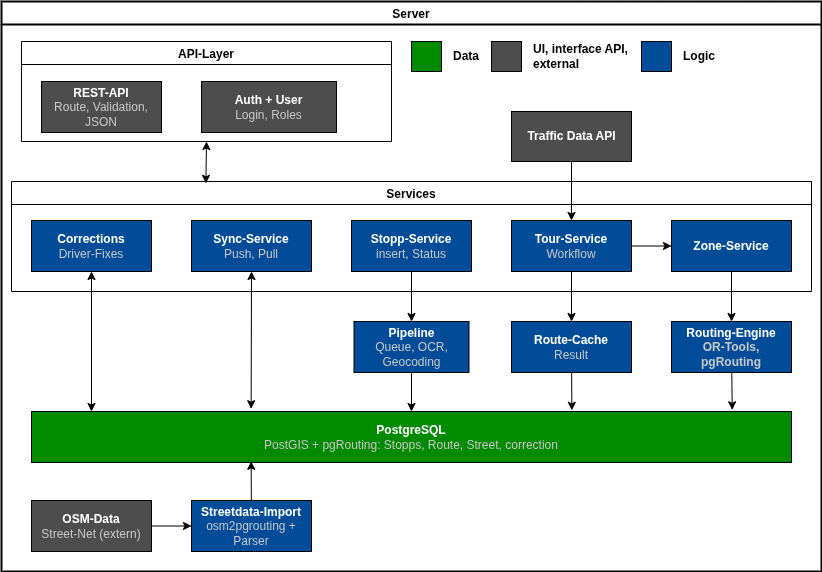
Earlier version of the draw.io export docs/architecture/Server.drawio.png (gabrielbindi/VoBi-Tour). Source tidied: cells renumbered, new cells last; positions are measured from the earlier drawing's top-left corner, leaving out a move shared by most shapes. The source it was exported from:
```xml
<mxGraphModel background="#FFFFFF">
  <root>
    <mxCell id="0" />
    <mxCell id="1" parent="0" />
    <mxCell id="2" value="Server" style="swimlane;rounded=0;strokeWidth=2;swimlaneLine=1;strokeColor=#000000;" parent="1" vertex="1">
      <mxGeometry width="820" height="570" as="geometry" />
    </mxCell>
    <mxCell id="3" style="whiteSpace=wrap;html=1;fillColor=#4D4D4D;" parent="2" vertex="1">
      <mxGeometry x="490" y="40" width="30" height="30" as="geometry" />
    </mxCell>
    <mxCell id="4" style="whiteSpace=wrap;html=1;fillColor=#004C99;" parent="2" vertex="1">
      <mxGeometry x="640" y="40" width="30" height="30" as="geometry" />
    </mxCell>
    <mxCell id="5" style="whiteSpace=wrap;html=1;fillColor=#008A00;" parent="2" vertex="1">
      <mxGeometry x="410" y="40" width="30" height="30" as="geometry" />
    </mxCell>
    <mxCell id="6" value="&lt;b&gt;UI, interface API, external&lt;/b&gt;" style="text;html=1;strokeColor=none;fillColor=none;align=left;verticalAlign=middle;whiteSpace=wrap;rounded=0;fontColor=#000000;" parent="2" vertex="1">
      <mxGeometry x="530" y="40" width="100" height="30" as="geometry" />
    </mxCell>
    <mxCell id="7" value="&lt;b&gt;Logic&lt;/b&gt;" style="text;html=1;strokeColor=none;fillColor=none;align=left;verticalAlign=middle;whiteSpace=wrap;rounded=0;fontColor=#000000;" parent="2" vertex="1">
      <mxGeometry x="680" y="40" width="90" height="30" as="geometry" />
    </mxCell>
    <mxCell id="8" value="&lt;b&gt;Data&lt;/b&gt;" style="text;html=1;strokeColor=none;fillColor=none;align=left;verticalAlign=middle;whiteSpace=wrap;rounded=0;fontColor=#000000;" parent="2" vertex="1">
      <mxGeometry x="450" y="40" width="40" height="30" as="geometry" />
    </mxCell>
    <mxCell id="9" value="API-Layer" style="swimlane;strokeColor=#000000;" parent="2" vertex="1">
      <mxGeometry x="20" y="40" width="370" height="100" as="geometry" />
    </mxCell>
    <mxCell id="10" value="&lt;b style=&quot;color: rgb(255, 255, 255);&quot;&gt;REST-API&lt;/b&gt;&lt;br&gt;&lt;font color=&quot;#c7c7c7&quot;&gt;Route, Validation, JSON&lt;/font&gt;" style="rounded=0;whiteSpace=wrap;html=1;fillColor=#4D4D4D;" parent="9" vertex="1">
      <mxGeometry x="20" y="40" width="120" height="51" as="geometry" />
    </mxCell>
    <mxCell id="11" value="&lt;font color=&quot;#ffffff&quot;&gt;&lt;b&gt;Auth + User&lt;/b&gt;&lt;/font&gt;&lt;br&gt;&lt;font color=&quot;#c7c7c7&quot;&gt;Login, Roles&lt;/font&gt;" style="rounded=0;whiteSpace=wrap;html=1;fillColor=#4D4D4D;" parent="9" vertex="1">
      <mxGeometry x="180" y="40" width="135" height="51" as="geometry" />
    </mxCell>
    <mxCell id="12" value="Services" style="swimlane;strokeColor=#000000;startSize=23;" parent="2" vertex="1">
      <mxGeometry x="10" y="180" width="800" height="110" as="geometry" />
    </mxCell>
    <mxCell id="13" value="&lt;font style=&quot;font-weight: bold;&quot; color=&quot;#ffffff&quot;&gt;Stopp-Service&lt;/font&gt;&lt;br&gt;&lt;font color=&quot;#c7c7c7&quot;&gt;insert, Status&lt;/font&gt;" style="rounded=0;whiteSpace=wrap;html=1;fillColor=#004C99;" parent="12" vertex="1">
      <mxGeometry x="340" y="39" width="120" height="51" as="geometry" />
    </mxCell>
    <mxCell id="14" value="&lt;font style=&quot;font-weight: bold;&quot; color=&quot;#ffffff&quot;&gt;Sync-Service&lt;/font&gt;&lt;br&gt;&lt;font color=&quot;#c7c7c7&quot;&gt;Push, Pull&lt;/font&gt;" style="rounded=0;whiteSpace=wrap;html=1;fillColor=#004C99;" parent="12" vertex="1">
      <mxGeometry x="180" y="39" width="120" height="51" as="geometry" />
    </mxCell>
    <mxCell id="15" style="edgeStyle=none;html=1;strokeColor=#000000;fontColor=#C7C7C7;" parent="12" edge="1" source="16" target="17">
      <mxGeometry relative="1" as="geometry" />
    </mxCell>
    <mxCell id="16" value="&lt;font color=&quot;#ffffff&quot;&gt;&lt;b&gt;Tour-Service&lt;/b&gt;&lt;/font&gt;&lt;br&gt;&lt;font color=&quot;#c7c7c7&quot;&gt;Workflow&lt;/font&gt;" style="rounded=0;whiteSpace=wrap;html=1;fillColor=#004C99;" parent="12" vertex="1">
      <mxGeometry x="500" y="39" width="120" height="51" as="geometry" />
    </mxCell>
    <mxCell id="17" value="&lt;font color=&quot;#ffffff&quot;&gt;&lt;b&gt;Zone-Service&lt;br&gt;&lt;/b&gt;&lt;/font&gt;" style="rounded=0;whiteSpace=wrap;html=1;fillColor=#004C99;" parent="12" vertex="1">
      <mxGeometry x="660" y="39" width="120" height="51" as="geometry" />
    </mxCell>
    <mxCell id="18" value="&lt;font color=&quot;#ffffff&quot;&gt;&lt;b&gt;Corrections&lt;br&gt;&lt;/b&gt;&lt;/font&gt;&lt;font color=&quot;#c7c7c7&quot;&gt;Driver-Fixes&lt;/font&gt;" style="rounded=0;whiteSpace=wrap;html=1;fillColor=#004C99;" parent="12" vertex="1">
      <mxGeometry x="20" y="39" width="120" height="51" as="geometry" />
    </mxCell>
    <mxCell id="19" style="endArrow=classic;startArrow=classic;html=1;strokeColor=#000000;entryX=0.5;entryY=1;entryDx=0;entryDy=0;exitX=0.243;exitY=0.017;exitDx=0;exitDy=0;exitPerimeter=0;" parent="2" edge="1" source="12" target="9">
      <mxGeometry relative="1" as="geometry" />
    </mxCell>
    <mxCell id="20" style="edgeStyle=none;html=1;strokeColor=#000000;fontColor=#C7C7C7;entryX=0.289;entryY=0.977;entryDx=0;entryDy=0;entryPerimeter=0;" parent="2" edge="1" source="33" target="30">
      <mxGeometry relative="1" as="geometry" />
    </mxCell>
    <mxCell id="21" style="edgeStyle=none;html=1;strokeColor=#000000;fontColor=#C7C7C7;entryX=0.922;entryY=-0.033;entryDx=0;entryDy=0;entryPerimeter=0;" parent="2" edge="1" source="22" target="30">
      <mxGeometry relative="1" as="geometry" />
    </mxCell>
    <mxCell id="22" value="&lt;b style=&quot;&quot;&gt;&lt;font color=&quot;#ffffff&quot;&gt;Routing-Engine&lt;/font&gt;&lt;br&gt;&lt;font color=&quot;#c7c7c7&quot;&gt;OR-Tools, pgRouting&lt;/font&gt;&lt;br&gt;&lt;/b&gt;" style="rounded=0;whiteSpace=wrap;html=1;fillColor=#004C99;" parent="2" vertex="1">
      <mxGeometry x="670" y="320" width="120" height="51" as="geometry" />
    </mxCell>
    <mxCell id="23" style="edgeStyle=none;html=1;strokeColor=#000000;fontColor=#C7C7C7;" parent="2" edge="1" source="24" target="30">
      <mxGeometry relative="1" as="geometry" />
    </mxCell>
    <mxCell id="24" value="&lt;font color=&quot;#ffffff&quot;&gt;&lt;b&gt;Pipeline&lt;br&gt;&lt;/b&gt;&lt;/font&gt;&lt;font color=&quot;#c7c7c7&quot;&gt;Queue, OCR, Geocoding&lt;/font&gt;" style="rounded=0;whiteSpace=wrap;html=1;fillColor=#004C99;" parent="2" vertex="1">
      <mxGeometry x="352.5" y="320" width="115" height="51" as="geometry" />
    </mxCell>
    <mxCell id="25" style="edgeStyle=none;html=1;strokeColor=#000000;fontColor=#C7C7C7;entryX=0.711;entryY=-0.024;entryDx=0;entryDy=0;entryPerimeter=0;" parent="2" edge="1" source="26" target="30">
      <mxGeometry relative="1" as="geometry" />
    </mxCell>
    <mxCell id="26" value="&lt;font color=&quot;#ffffff&quot;&gt;&lt;b&gt;Route-Cache&lt;br&gt;&lt;/b&gt;&lt;/font&gt;&lt;font color=&quot;#c7c7c7&quot;&gt;Result&lt;/font&gt;" style="rounded=0;whiteSpace=wrap;html=1;fillColor=#004C99;" parent="2" vertex="1">
      <mxGeometry x="510" y="320" width="120" height="51" as="geometry" />
    </mxCell>
    <mxCell id="27" style="edgeStyle=none;html=1;fontColor=#C7C7C7;strokeColor=#000000;" parent="2" edge="1" source="13" target="24">
      <mxGeometry relative="1" as="geometry" />
    </mxCell>
    <mxCell id="28" style="edgeStyle=none;html=1;strokeColor=#000000;fontColor=#C7C7C7;" parent="2" edge="1" source="16" target="26">
      <mxGeometry relative="1" as="geometry" />
    </mxCell>
    <mxCell id="29" style="edgeStyle=none;html=1;strokeColor=#000000;fontColor=#C7C7C7;" parent="2" edge="1" source="17" target="22">
      <mxGeometry relative="1" as="geometry" />
    </mxCell>
    <mxCell id="30" value="&lt;font color=&quot;#ffffff&quot;&gt;&lt;b&gt;PostgreSQL&lt;br&gt;&lt;/b&gt;&lt;/font&gt;&lt;font color=&quot;#c7c7c7&quot;&gt;PostGIS + pgRouting: Stopps, Route, Street, correction&lt;/font&gt;" style="rounded=0;whiteSpace=wrap;html=1;fillColor=#008A00;" parent="2" vertex="1">
      <mxGeometry x="30" y="410" width="760" height="51" as="geometry" />
    </mxCell>
    <mxCell id="31" value="&lt;font color=&quot;#ffffff&quot;&gt;&lt;b&gt;OSM-Data&lt;/b&gt;&lt;/font&gt;&lt;br&gt;&lt;font color=&quot;#c7c7c7&quot;&gt;Street-Net (extern)&lt;/font&gt;" style="rounded=0;whiteSpace=wrap;html=1;fillColor=#4D4D4D;" parent="2" vertex="1">
      <mxGeometry x="30" y="499" width="120" height="51" as="geometry" />
    </mxCell>
    <mxCell id="32" style="edgeStyle=none;html=1;strokeColor=#000000;fontColor=#C7C7C7;" parent="2" edge="1" source="31" target="33">
      <mxGeometry relative="1" as="geometry" />
    </mxCell>
    <mxCell id="33" value="&lt;font color=&quot;#ffffff&quot;&gt;&lt;b&gt;Streetdata-Import&lt;br&gt;&lt;/b&gt;&lt;/font&gt;&lt;font color=&quot;#c7c7c7&quot;&gt;osm2pgrouting + Parser&lt;/font&gt;" style="rounded=0;whiteSpace=wrap;html=1;fillColor=#004C99;" parent="2" vertex="1">
      <mxGeometry x="190" y="499" width="120" height="51" as="geometry" />
    </mxCell>
    <mxCell id="34" style="edgeStyle=none;html=1;strokeColor=#000000;fontColor=#C7C7C7;" parent="2" edge="1" source="35" target="16">
      <mxGeometry relative="1" as="geometry" />
    </mxCell>
    <mxCell id="35" value="&lt;b&gt;&lt;font color=&quot;#ffffff&quot;&gt;Traffic Data API&lt;/font&gt;&lt;/b&gt;" style="html=1;fillColor=#4D4D4D;" parent="2" vertex="1">
      <mxGeometry x="510" y="110" width="120" height="50" as="geometry" />
    </mxCell>
    <mxCell id="36" style="endArrow=classic;startArrow=classic;html=1;strokeColor=#000000;fontColor=#C7C7C7;exitX=0.5;exitY=1;exitDx=0;exitDy=0;entryX=0.289;entryY=-0.055;entryDx=0;entryDy=0;entryPerimeter=0;" parent="2" edge="1" source="14" target="30">
      <mxGeometry relative="1" as="geometry" />
    </mxCell>
    <mxCell id="37" style="endArrow=classic;startArrow=classic;html=1;strokeColor=#000000;fontColor=#C7C7C7;exitX=0.5;exitY=1;exitDx=0;exitDy=0;" parent="2" edge="1" source="18">
      <mxGeometry relative="1" as="geometry">
        <mxPoint x="90" y="410" as="targetPoint" />
      </mxGeometry>
    </mxCell>
  </root>
</mxGraphModel>
```
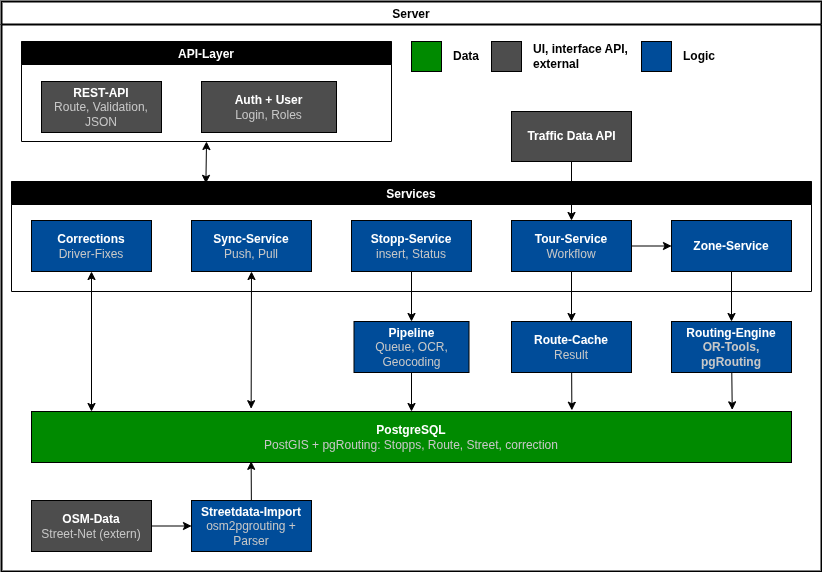
Later version of the same file.

The edit, as a diff of the source:
```diff
@@ -23,7 +23,7 @@
     <mxCell id="8" value="&lt;b&gt;Data&lt;/b&gt;" style="text;html=1;strokeColor=none;fillColor=none;align=left;verticalAlign=middle;whiteSpace=wrap;rounded=0;fontColor=#000000;" parent="2" vertex="1">
       <mxGeometry x="450" y="40" width="40" height="30" as="geometry" />
     </mxCell>
-    <mxCell id="9" value="API-Layer" style="swimlane;strokeColor=#000000;" parent="2" vertex="1">
+    <mxCell id="9" value="API-Layer" style="swimlane;strokeColor=#000000;fillColor=#000000;startSize=23;fontColor=#FFFFFF;" parent="2" vertex="1">
       <mxGeometry x="20" y="40" width="370" height="100" as="geometry" />
     </mxCell>
     <mxCell id="10" value="&lt;b style=&quot;color: rgb(255, 255, 255);&quot;&gt;REST-API&lt;/b&gt;&lt;br&gt;&lt;font color=&quot;#c7c7c7&quot;&gt;Route, Validation, JSON&lt;/font&gt;" style="rounded=0;whiteSpace=wrap;html=1;fillColor=#4D4D4D;" parent="9" vertex="1">
@@ -32,7 +32,7 @@
     <mxCell id="11" value="&lt;font color=&quot;#ffffff&quot;&gt;&lt;b&gt;Auth + User&lt;/b&gt;&lt;/font&gt;&lt;br&gt;&lt;font color=&quot;#c7c7c7&quot;&gt;Login, Roles&lt;/font&gt;" style="rounded=0;whiteSpace=wrap;html=1;fillColor=#4D4D4D;" parent="9" vertex="1">
       <mxGeometry x="180" y="40" width="135" height="51" as="geometry" />
     </mxCell>
-    <mxCell id="12" value="Services" style="swimlane;strokeColor=#000000;startSize=23;" parent="2" vertex="1">
+    <mxCell id="12" value="Services" style="swimlane;strokeColor=#000000;startSize=23;fillColor=#000000;fontColor=#FFFFFF;" parent="2" vertex="1">
       <mxGeometry x="10" y="180" width="800" height="110" as="geometry" />
     </mxCell>
     <mxCell id="13" value="&lt;font style=&quot;font-weight: bold;&quot; color=&quot;#ffffff&quot;&gt;Stopp-Service&lt;/font&gt;&lt;br&gt;&lt;font color=&quot;#c7c7c7&quot;&gt;insert, Status&lt;/font&gt;" style="rounded=0;whiteSpace=wrap;html=1;fillColor=#004C99;" parent="12" vertex="1">
```
